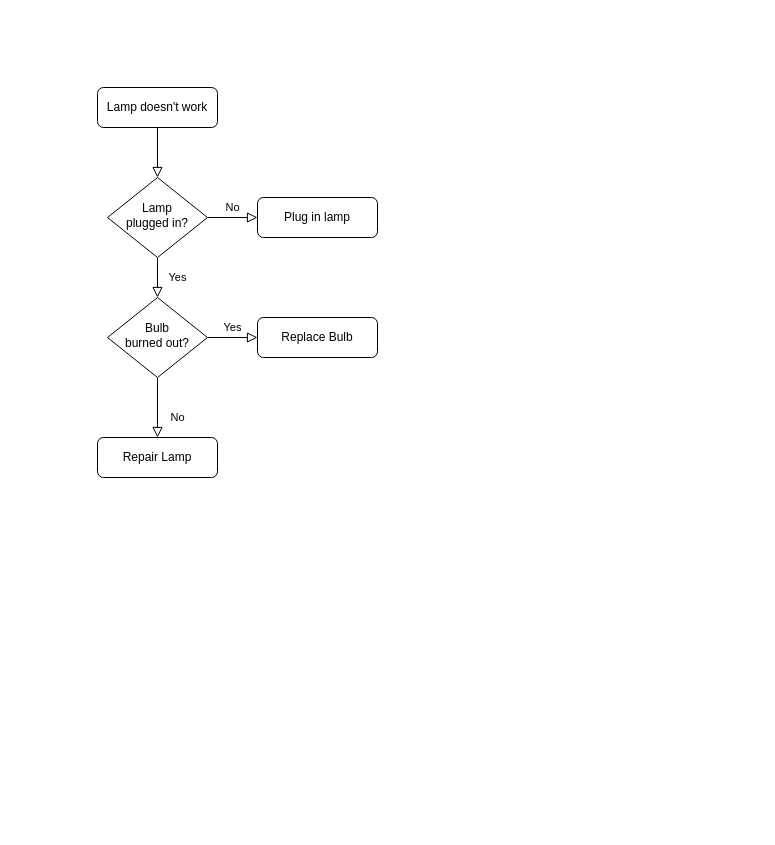
This is Unbenanntes Diagramm.drawio from dennishohmann/Beispiele, a draw.io file, before an edit. Source tidied: cells renumbered, new cells numbered last; positions are measured from the earlier drawing's top-left corner, leaving out a move shared by most shapes. Both pictures are drawn from the tidied source at 100%, with x=0, y=0 at pixel (97, 87).
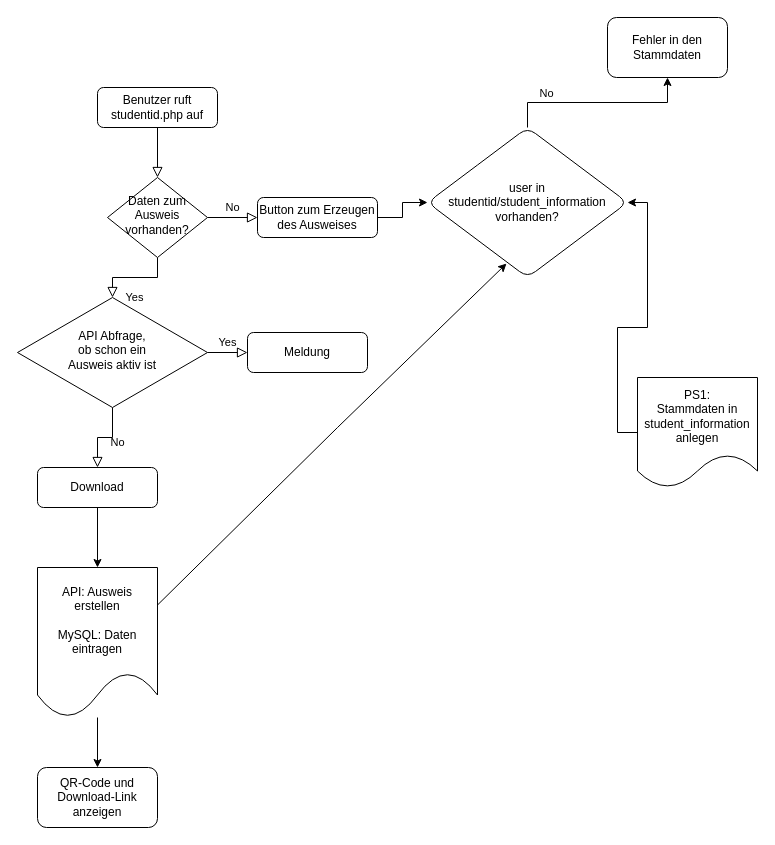
Above is the later version.

What changed in the source:
```diff
@@
-    <mxCell id="3" value="Lamp doesn't work" style="rounded=1;whiteSpace=wrap;html=1;fontSize=12;glass=0;strokeWidth=1;shadow=0;" parent="1" vertex="1">
+    <mxCell id="3" value="Benutzer ruft studentid.php auf" style="rounded=1;whiteSpace=wrap;html=1;fontSize=12;glass=0;strokeWidth=1;shadow=0;" parent="1" vertex="1">
       <mxGeometry width="120" height="40" as="geometry" />
     </mxCell>
@@
-    <mxCell id="6" value="Lamp&lt;br&gt;plugged in?" style="rhombus;whiteSpace=wrap;html=1;shadow=0;fontFamily=Helvetica;fontSize=12;align=center;strokeWidth=1;spacing=6;spacingTop=-4;" parent="1" vertex="1">
+    <mxCell id="6" value="Daten zum Ausweis vorhanden?" style="rhombus;whiteSpace=wrap;html=1;shadow=0;fontFamily=Helvetica;fontSize=12;align=center;strokeWidth=1;spacing=6;spacingTop=-4;" parent="1" vertex="1">
       <mxGeometry x="10" y="90" width="100" height="80" as="geometry" />
     </mxCell>
+    <mxCell id="13" style="edgeStyle=orthogonalEdgeStyle;rounded=0;jettySize=auto;html=1;" parent="1" edge="1" source="7" target="18">
+      <mxGeometry relative="1" as="geometry" />
+    </mxCell>
-    <mxCell id="7" value="Plug in lamp" style="rounded=1;whiteSpace=wrap;html=1;fontSize=12;glass=0;strokeWidth=1;shadow=0;" parent="1" vertex="1">
+    <mxCell id="7" value="Button zum Erzeugen des Ausweises" style="rounded=1;whiteSpace=wrap;html=1;fontSize=12;glass=0;strokeWidth=1;shadow=0;" parent="1" vertex="1">
       <mxGeometry x="160" y="110" width="120" height="40" as="geometry" />
     </mxCell>
@@
-    <mxCell id="10" value="Bulb&lt;br&gt;burned out?" style="rhombus;whiteSpace=wrap;html=1;shadow=0;fontFamily=Helvetica;fontSize=12;align=center;strokeWidth=1;spacing=6;spacingTop=-4;" parent="1" vertex="1">
-      <mxGeometry x="10" y="210" width="100" height="80" as="geometry" />
+    <mxCell id="10" value="API Abfrage, &lt;br&gt;ob schon ein &lt;br&gt;Ausweis aktiv ist" style="rhombus;whiteSpace=wrap;html=1;shadow=0;fontFamily=Helvetica;fontSize=12;align=center;strokeWidth=1;spacing=6;spacingTop=-4;" parent="1" vertex="1">
+      <mxGeometry x="-80" y="210" width="190" height="110" as="geometry" />
     </mxCell>
+    <mxCell id="14" style="edgeStyle=orthogonalEdgeStyle;rounded=0;jettySize=auto;html=1;" parent="1" edge="1" source="11" target="22">
+      <mxGeometry relative="1" as="geometry" />
+    </mxCell>
-    <mxCell id="11" value="Repair Lamp" style="rounded=1;whiteSpace=wrap;html=1;fontSize=12;glass=0;strokeWidth=1;shadow=0;" parent="1" vertex="1">
-      <mxGeometry y="350" width="120" height="40" as="geometry" />
+    <mxCell id="11" value="Download" style="rounded=1;whiteSpace=wrap;html=1;fontSize=12;glass=0;strokeWidth=1;shadow=0;" parent="1" vertex="1">
+      <mxGeometry x="-60" y="380" width="120" height="40" as="geometry" />
     </mxCell>
-    <mxCell id="12" value="Replace Bulb" style="rounded=1;whiteSpace=wrap;html=1;fontSize=12;glass=0;strokeWidth=1;shadow=0;" parent="1" vertex="1">
-      <mxGeometry x="160" y="230" width="120" height="40" as="geometry" />
+    <mxCell id="12" value="Meldung" style="rounded=1;whiteSpace=wrap;html=1;fontSize=12;glass=0;strokeWidth=1;shadow=0;" parent="1" vertex="1">
+      <mxGeometry x="150" y="245" width="120" height="40" as="geometry" />
     </mxCell>
+    <mxCell id="15" style="edgeStyle=orthogonalEdgeStyle;rounded=0;jettySize=auto;html=1;" parent="1" edge="1" source="18" target="19">
+      <mxGeometry relative="1" as="geometry" />
+    </mxCell>
+    <mxCell id="16" value="No" style="edgeLabel;html=1;align=center;verticalAlign=middle;" parent="15" vertex="1">
+      <mxGeometry x="-0.55" y="-1" relative="1" as="geometry">
+        <mxPoint y="-11" as="offset" />
+      </mxGeometry>
+    </mxCell>
+    <mxCell id="17" style="edgeStyle=orthogonalEdgeStyle;rounded=0;jettySize=auto;html=1;exitX=0;exitY=0.5;exitDx=0;exitDy=0;entryX=1;entryY=0.5;entryDx=0;entryDy=0;" parent="1" edge="1" source="20" target="18">
+      <mxGeometry relative="1" as="geometry" />
+    </mxCell>
+    <mxCell id="18" value="user in &lt;br&gt;studentid/student_information vorhanden?" style="rhombus;whiteSpace=wrap;html=1;rounded=1;glass=0;strokeWidth=1;shadow=0;" parent="1" vertex="1">
+      <mxGeometry x="330" y="40" width="200" height="150" as="geometry" />
+    </mxCell>
+    <mxCell id="19" value="Fehler in den Stammdaten" style="whiteSpace=wrap;html=1;rounded=1;glass=0;strokeWidth=1;shadow=0;" parent="1" vertex="1">
+      <mxGeometry x="510" y="-70" width="120" height="60" as="geometry" />
+    </mxCell>
+    <mxCell id="20" value="PS1:&lt;br&gt;Stammdaten in student_information anlegen" style="shape=document;whiteSpace=wrap;html=1;boundedLbl=1;rounded=1;glass=0;strokeWidth=1;shadow=0;" parent="1" vertex="1">
+      <mxGeometry x="540" y="290" width="120" height="110" as="geometry" />
+    </mxCell>
+    <mxCell id="21" style="edgeStyle=orthogonalEdgeStyle;rounded=0;jettySize=auto;html=1;" parent="1" edge="1" source="22" target="24">
+      <mxGeometry relative="1" as="geometry" />
+    </mxCell>
+    <mxCell id="22" value="API: Ausweis erstellen&lt;br&gt;&lt;br&gt;MySQL: Daten eintragen" style="shape=document;whiteSpace=wrap;html=1;boundedLbl=1;rounded=1;glass=0;strokeWidth=1;shadow=0;" parent="1" vertex="1">
+      <mxGeometry x="-60" y="480" width="120" height="150" as="geometry" />
+    </mxCell>
+    <mxCell id="23" style="endArrow=classic;html=1;rounded=0;entryX=0.395;entryY=0.907;entryDx=0;entryDy=0;entryPerimeter=0;exitX=1;exitY=0.25;exitDx=0;exitDy=0;" parent="1" edge="1" source="22" target="18">
+      <mxGeometry relative="1" as="geometry">
+        <Array as="points">
+          <mxPoint x="240" y="340" />
+        </Array>
+      </mxGeometry>
+    </mxCell>
+    <mxCell id="24" value="QR-Code und Download-Link anzeigen" style="whiteSpace=wrap;html=1;rounded=1;glass=0;strokeWidth=1;shadow=0;" parent="1" vertex="1">
+      <mxGeometry x="-60" y="680" width="120" height="60" as="geometry" />
+    </mxCell>
```
